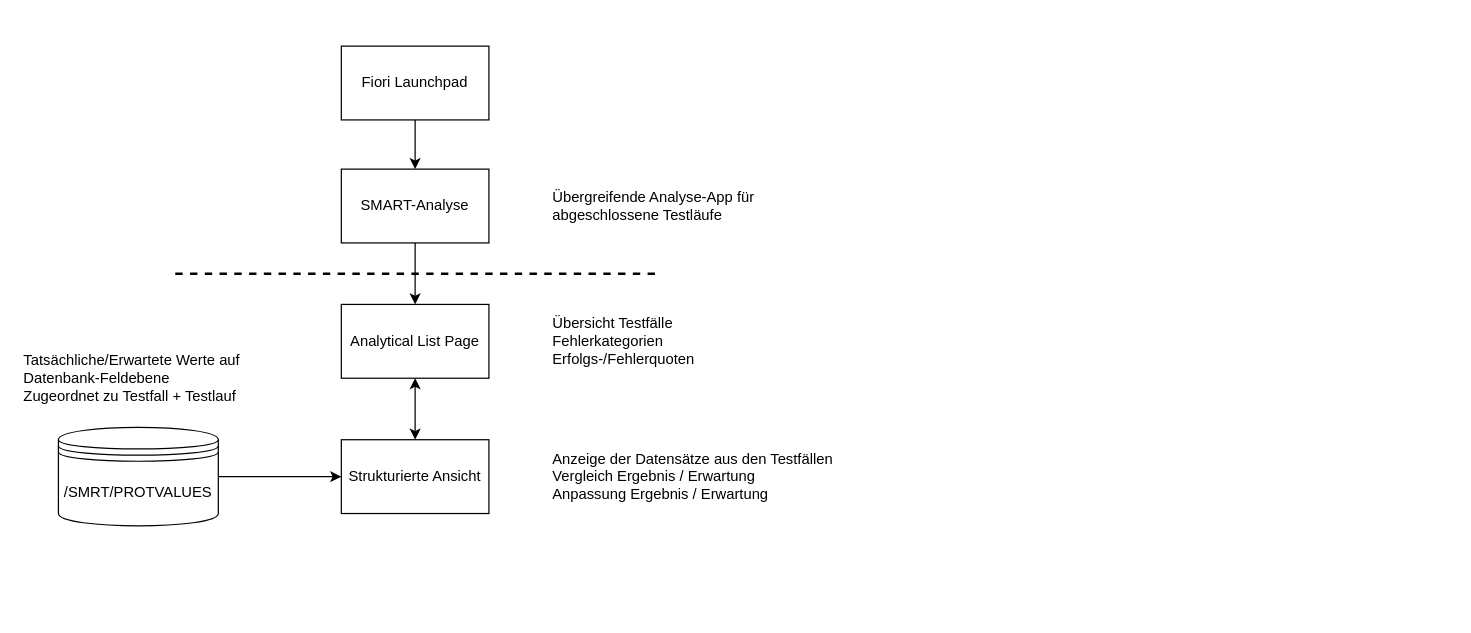
Raaphaaa/UI5-Playground keeps this draw.io diagram as Strukturierte Ansicht Komponentenübersicht.drawio. Above is the earlier version. Source tidied: cells renumbered, new cells numbered last; positions are measured from the earlier drawing's top-left corner, leaving out a move shared by most shapes. Both pictures are drawn from the tidied source at 123%, with x=0, y=0 at pixel (20, 46).
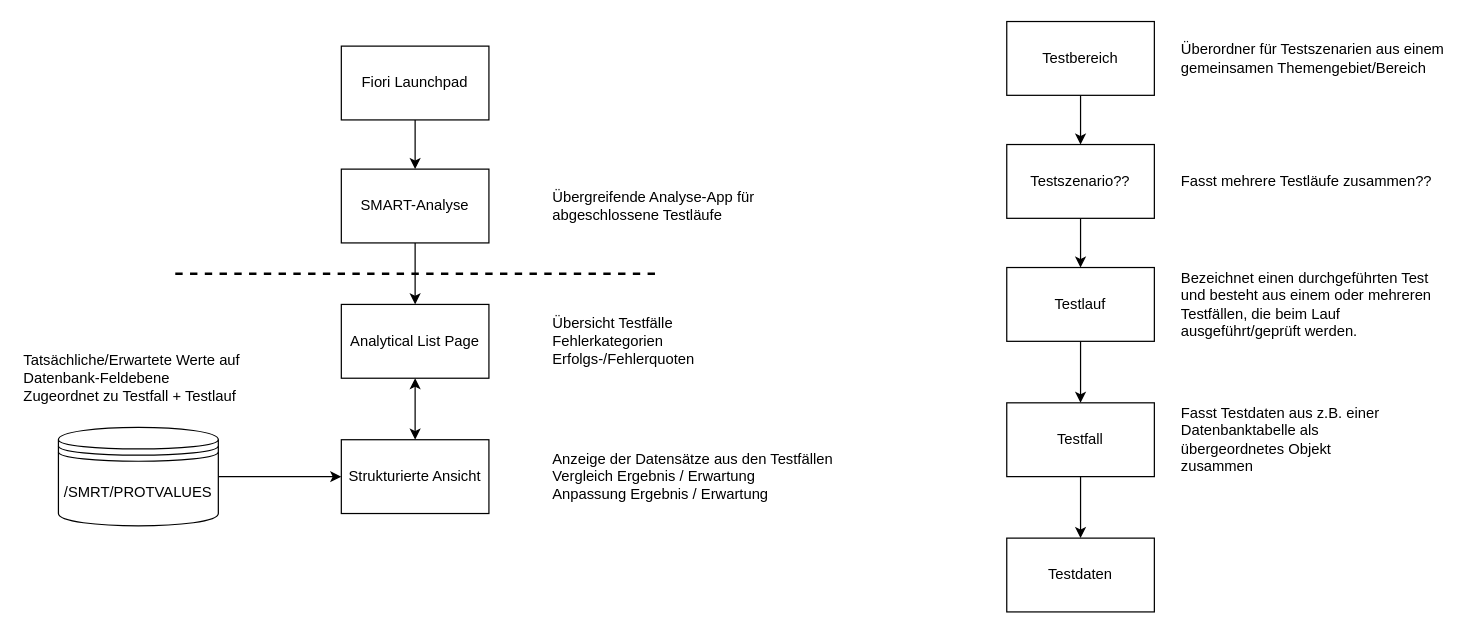
Above is the later version.

The edit, as a diff of the source:
```diff
@@
+    <mxCell id="16" style="edgeStyle=orthogonalEdgeStyle;rounded=0;jettySize=auto;html=1;" parent="1" edge="1" source="17" target="19">
+      <mxGeometry relative="1" as="geometry" />
+    </mxCell>
+    <mxCell id="17" value="Testszenario??" style="rounded=0;whiteSpace=wrap;html=1;" parent="1" vertex="1">
+      <mxGeometry x="802" y="80" width="120" height="60" as="geometry" />
+    </mxCell>
+    <mxCell id="18" style="edgeStyle=orthogonalEdgeStyle;rounded=0;jettySize=auto;html=1;" parent="1" edge="1" source="19" target="21">
+      <mxGeometry relative="1" as="geometry" />
+    </mxCell>
+    <mxCell id="19" value="Testlauf" style="rounded=0;whiteSpace=wrap;html=1;" parent="1" vertex="1">
+      <mxGeometry x="802" y="180" width="120" height="60" as="geometry" />
+    </mxCell>
+    <mxCell id="20" style="edgeStyle=orthogonalEdgeStyle;rounded=0;jettySize=auto;html=1;startArrow=none;startFill=0;" parent="1" edge="1" source="21" target="22">
+      <mxGeometry relative="1" as="geometry" />
+    </mxCell>
+    <mxCell id="21" value="Testfall" style="rounded=0;whiteSpace=wrap;html=1;" parent="1" vertex="1">
+      <mxGeometry x="802" y="290" width="120" height="60" as="geometry" />
+    </mxCell>
+    <mxCell id="22" value="Testdaten" style="rounded=0;whiteSpace=wrap;html=1;" parent="1" vertex="1">
+      <mxGeometry x="802" y="400" width="120" height="60" as="geometry" />
+    </mxCell>
+    <mxCell id="23" style="edgeStyle=orthogonalEdgeStyle;rounded=0;jettySize=auto;html=1;" parent="1" edge="1" source="24" target="17">
+      <mxGeometry relative="1" as="geometry" />
+    </mxCell>
+    <mxCell id="24" value="Testbereich" style="rounded=0;whiteSpace=wrap;html=1;" parent="1" vertex="1">
+      <mxGeometry x="802" y="-20" width="120" height="60" as="geometry" />
+    </mxCell>
+    <mxCell id="25" value="Fasst Testdaten aus z.B. einer Datenbanktabelle als übergeordnetes Objekt zusammen" style="text;html=1;whiteSpace=wrap;strokeColor=none;fillColor=none;align=left;verticalAlign=middle;rounded=0;" parent="1" vertex="1">
+      <mxGeometry x="942" y="290" width="170" height="60" as="geometry" />
+    </mxCell>
+    <mxCell id="26" value="Bezeichnet einen durchgeführten Test und besteht aus einem oder mehreren Testfällen, die beim Lauf ausgeführt/geprüft werden." style="text;html=1;whiteSpace=wrap;strokeColor=none;fillColor=none;align=left;verticalAlign=middle;rounded=0;" parent="1" vertex="1">
+      <mxGeometry x="942" y="180" width="220" height="60" as="geometry" />
+    </mxCell>
+    <mxCell id="27" value="Fasst mehrere Testläufe zusammen??" style="text;html=1;whiteSpace=wrap;strokeColor=none;fillColor=none;align=left;verticalAlign=middle;rounded=0;" parent="1" vertex="1">
+      <mxGeometry x="942" y="80" width="220" height="60" as="geometry" />
+    </mxCell>
+    <mxCell id="28" value="Überordner für Testszenarien aus einem gemeinsamen Themengebiet/Bereich" style="text;html=1;whiteSpace=wrap;strokeColor=none;fillColor=none;align=left;verticalAlign=middle;rounded=0;" parent="1" vertex="1">
+      <mxGeometry x="942" y="-20" width="220" height="60" as="geometry" />
+    </mxCell>
```
